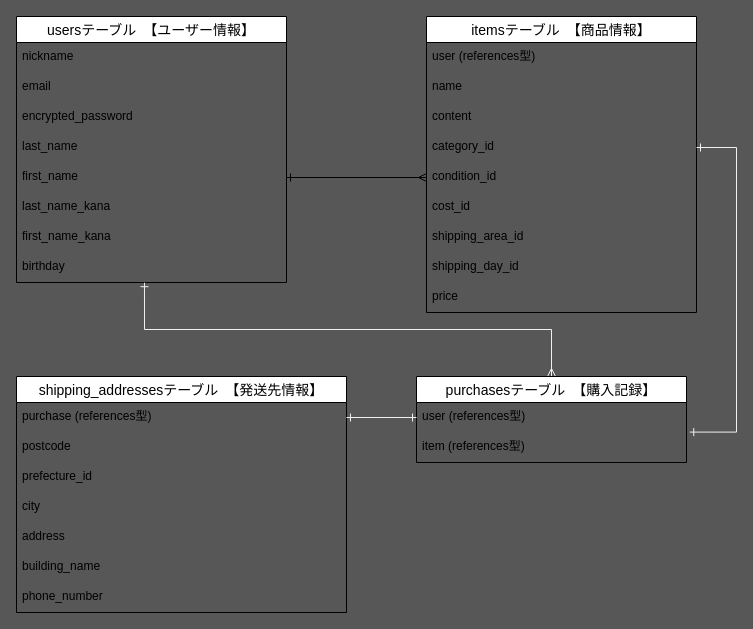
The draw.io diagram .dio in KayKawa/furima-35649, before the edit. Source tidied: cells renumbered, new cells numbered last; positions are measured from the earlier drawing's top-left corner, leaving out a move shared by most shapes. Both pictures are drawn from the tidied source at 100%, with x=0, y=0 at pixel (16, 16).
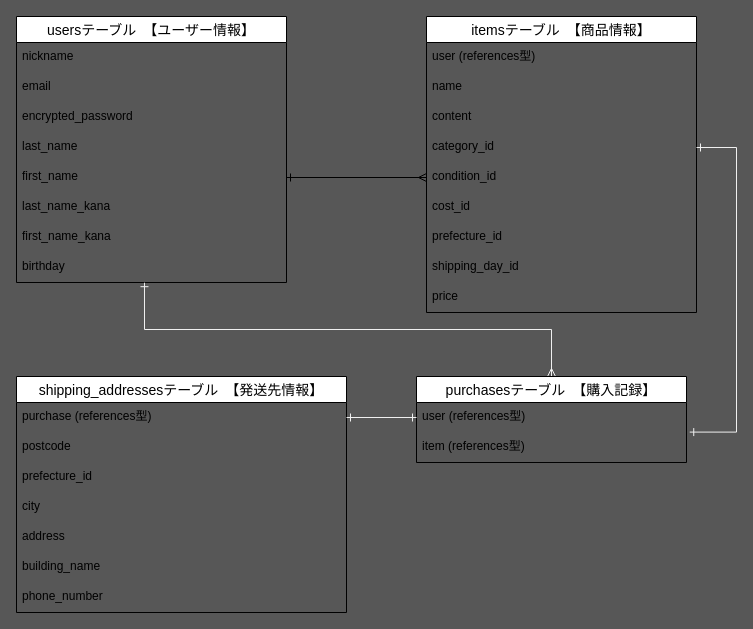
After the change.

Unchanged cells that the change refers to:
```xml
<mxCell id="11" value="itemsテーブル　【商品情報】" style="swimlane;fontStyle=0;horizontal=1;startSize=26;align=center;fontSize=14;" parent="1" vertex="1">
  <mxGeometry x="410" width="270" height="296" as="geometry" />
</mxCell>
```

What changed in the source:
```diff
@@
-    <mxCell id="18" value="shipping_area_id" style="text;strokeColor=none;fillColor=none;spacingLeft=4;spacingRight=4;overflow=hidden;fontSize=12;" parent="11" vertex="1">
+    <mxCell id="18" value="prefecture_id" style="text;strokeColor=none;fillColor=none;spacingLeft=4;spacingRight=4;overflow=hidden;fontSize=12;" parent="11" vertex="1">
       <mxGeometry y="206" width="270" height="30" as="geometry" />
     </mxCell>
```
